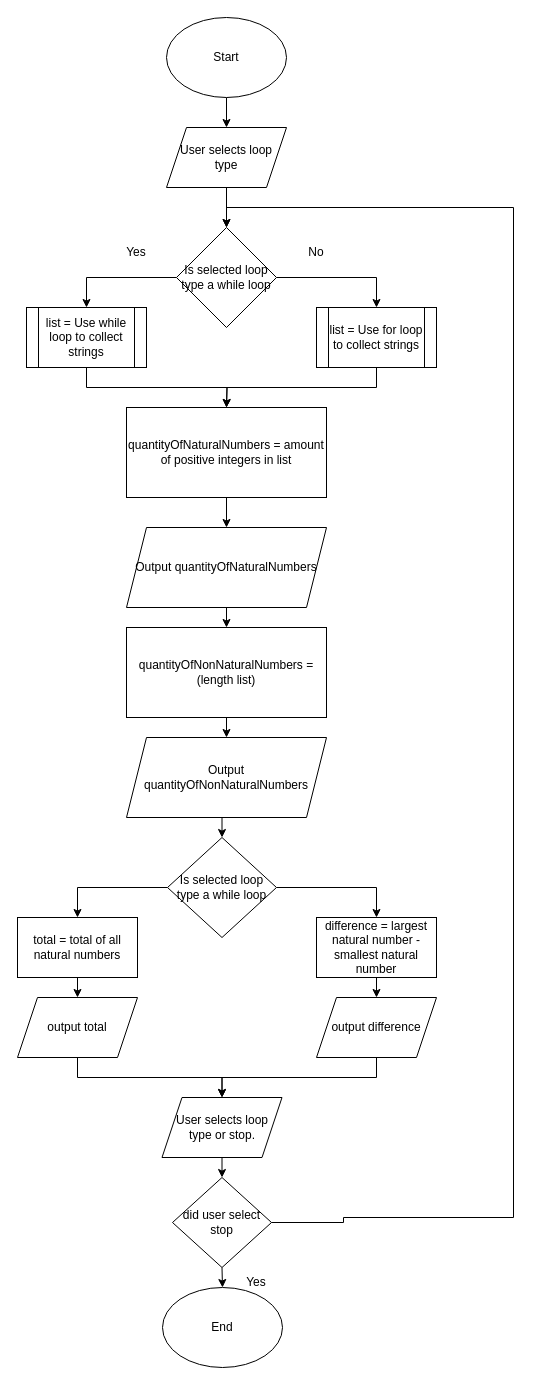
The draw.io diagram Design/Flowcharts/high-level.drawio in calebwilson706/COM161-CW1, before the edit. Source tidied: cells renumbered, new cells numbered last; positions are measured from the earlier drawing's top-left corner, leaving out a move shared by most shapes. Both pictures are drawn from the tidied source at 100%, with x=0, y=0 at pixel (17, 17).
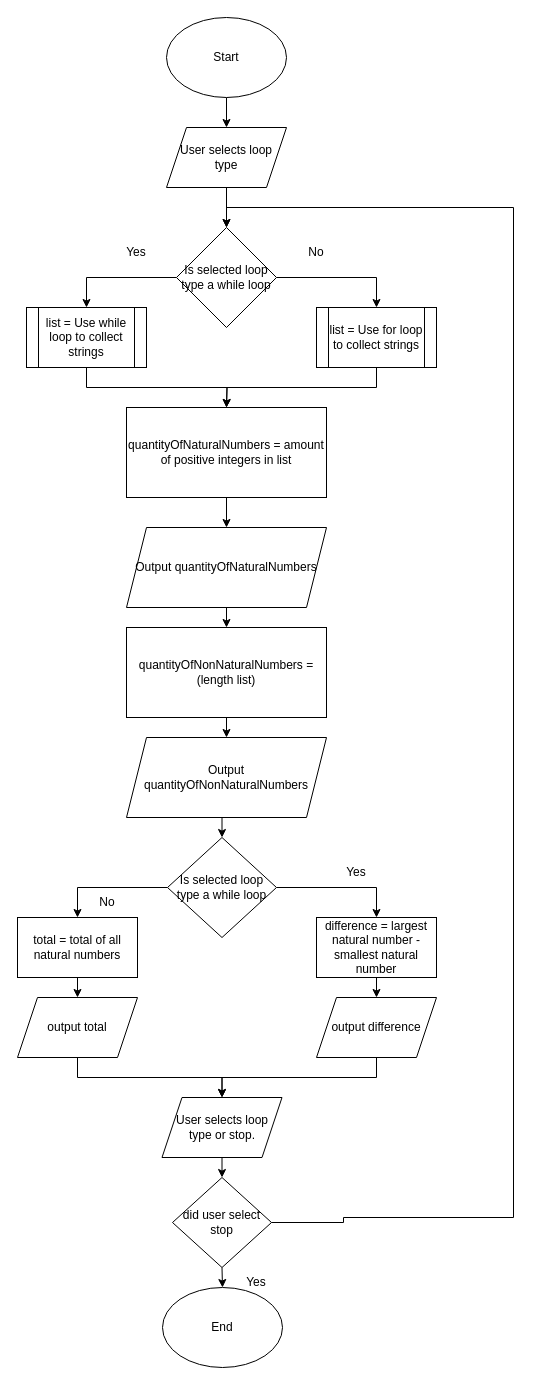
Above is the later version.

Change to the diagram source:
```diff
@@
+    <mxCell id="41" value="No" style="text;html=1;strokeColor=none;fillColor=none;align=center;verticalAlign=middle;whiteSpace=wrap;rounded=0;" parent="1" vertex="1">
+      <mxGeometry x="60" y="870" width="60" height="30" as="geometry" />
+    </mxCell>
+    <mxCell id="42" value="Yes" style="text;html=1;strokeColor=none;fillColor=none;align=center;verticalAlign=middle;whiteSpace=wrap;rounded=0;" parent="1" vertex="1">
+      <mxGeometry x="309" y="840" width="60" height="30" as="geometry" />
+    </mxCell>
```
